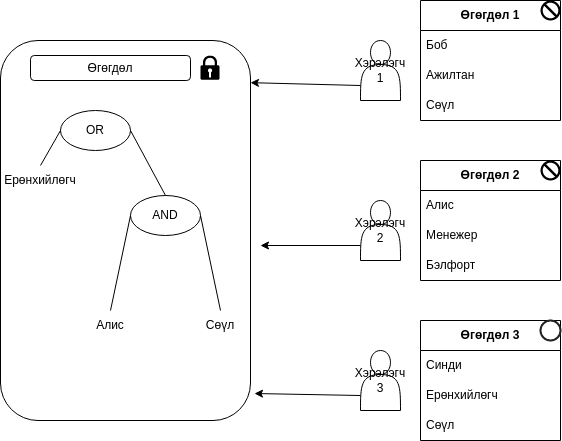
This is Figures/cp-abe.drawio.png from myagmartseren/pre_report, a draw.io export, as it was before one commit. Source tidied: cells renumbered, new cells last; positions are measured from the earlier drawing's top-left corner, leaving out a move shared by most shapes. Source of this version:
```xml
<mxGraphModel>
  <root>
    <mxCell id="0" />
    <mxCell id="1" parent="0" />
    <mxCell id="2" value="&lt;b&gt;Өгөгдөл 1&lt;/b&gt;" style="swimlane;fontStyle=0;horizontal=1;startSize=30;whiteSpace=wrap;html=1;" parent="1" vertex="1">
      <mxGeometry x="420" width="140" height="120" as="geometry" />
    </mxCell>
    <mxCell id="3" value="Боб" style="text;strokeColor=none;fillColor=none;align=left;verticalAlign=middle;spacingLeft=4;spacingRight=4;overflow=hidden;whiteSpace=wrap;html=1;" parent="2" vertex="1">
      <mxGeometry y="30" width="140" height="30" as="geometry" />
    </mxCell>
    <mxCell id="4" value="Ажилтан" style="text;strokeColor=none;fillColor=none;align=left;verticalAlign=middle;spacingLeft=4;spacingRight=4;overflow=hidden;whiteSpace=wrap;html=1;" parent="2" vertex="1">
      <mxGeometry y="60" width="140" height="30" as="geometry" />
    </mxCell>
    <mxCell id="5" value="Сөүл" style="text;strokeColor=none;fillColor=none;align=left;verticalAlign=middle;spacingLeft=4;spacingRight=4;overflow=hidden;whiteSpace=wrap;html=1;" parent="2" vertex="1">
      <mxGeometry y="90" width="140" height="30" as="geometry" />
    </mxCell>
    <mxCell id="6" value="&lt;b&gt;Өгөгдөл 2&lt;/b&gt;" style="swimlane;fontStyle=0;horizontal=1;startSize=30;whiteSpace=wrap;html=1;" parent="1" vertex="1">
      <mxGeometry x="420" y="160" width="140" height="120" as="geometry" />
    </mxCell>
    <mxCell id="7" value="Алис" style="text;strokeColor=none;fillColor=none;align=left;verticalAlign=middle;spacingLeft=4;spacingRight=4;overflow=hidden;whiteSpace=wrap;html=1;" parent="6" vertex="1">
      <mxGeometry y="30" width="140" height="30" as="geometry" />
    </mxCell>
    <mxCell id="8" value="Менежер" style="text;strokeColor=none;fillColor=none;align=left;verticalAlign=middle;spacingLeft=4;spacingRight=4;overflow=hidden;whiteSpace=wrap;html=1;" parent="6" vertex="1">
      <mxGeometry y="60" width="140" height="30" as="geometry" />
    </mxCell>
    <mxCell id="9" value="Бэлфорт" style="text;strokeColor=none;fillColor=none;align=left;verticalAlign=middle;spacingLeft=4;spacingRight=4;overflow=hidden;whiteSpace=wrap;html=1;" parent="6" vertex="1">
      <mxGeometry y="90" width="140" height="30" as="geometry" />
    </mxCell>
    <mxCell id="10" value="&lt;b&gt;Өгөгдөл 3&lt;br&gt;&lt;/b&gt;" style="swimlane;fontStyle=0;horizontal=1;startSize=30;whiteSpace=wrap;html=1;" parent="1" vertex="1">
      <mxGeometry x="420" y="320" width="140" height="120" as="geometry" />
    </mxCell>
    <mxCell id="11" value="Синди" style="text;strokeColor=none;fillColor=none;align=left;verticalAlign=middle;spacingLeft=4;spacingRight=4;overflow=hidden;whiteSpace=wrap;html=1;" parent="10" vertex="1">
      <mxGeometry y="30" width="140" height="30" as="geometry" />
    </mxCell>
    <mxCell id="12" value="Ерөнхийлөгч" style="text;strokeColor=none;fillColor=none;align=left;verticalAlign=middle;spacingLeft=4;spacingRight=4;overflow=hidden;whiteSpace=wrap;html=1;" parent="10" vertex="1">
      <mxGeometry y="60" width="140" height="30" as="geometry" />
    </mxCell>
    <mxCell id="13" value="Сөүл" style="text;strokeColor=none;fillColor=none;align=left;verticalAlign=middle;spacingLeft=4;spacingRight=4;overflow=hidden;whiteSpace=wrap;html=1;" parent="10" vertex="1">
      <mxGeometry y="90" width="140" height="30" as="geometry" />
    </mxCell>
    <mxCell id="14" value="Хэрэлэгч 1" style="shape=actor;whiteSpace=wrap;html=1;" parent="1" vertex="1">
      <mxGeometry x="360" y="40" width="40" height="60" as="geometry" />
    </mxCell>
    <mxCell id="15" value="Хэрэлэгч 2" style="shape=actor;whiteSpace=wrap;html=1;" parent="1" vertex="1">
      <mxGeometry x="360" y="200" width="40" height="60" as="geometry" />
    </mxCell>
    <mxCell id="16" value="Хэрэлэгч 3" style="shape=actor;whiteSpace=wrap;html=1;" parent="1" vertex="1">
      <mxGeometry x="360" y="350" width="40" height="60" as="geometry" />
    </mxCell>
    <mxCell id="17" style="rounded=1;whiteSpace=wrap;html=1;" parent="1" vertex="1">
      <mxGeometry y="40" width="250" height="380" as="geometry" />
    </mxCell>
    <mxCell id="18" value="OR" style="ellipse;whiteSpace=wrap;html=1;" parent="1" vertex="1">
      <mxGeometry x="60" y="110" width="70" height="40" as="geometry" />
    </mxCell>
    <mxCell id="19" value="AND" style="ellipse;whiteSpace=wrap;html=1;" parent="1" vertex="1">
      <mxGeometry x="130" y="195" width="70" height="40" as="geometry" />
    </mxCell>
    <mxCell id="20" value="Ерөнхийлөгч" style="text;strokeColor=none;align=center;fillColor=none;html=1;verticalAlign=middle;whiteSpace=wrap;rounded=0;" parent="1" vertex="1">
      <mxGeometry x="10" y="165" width="60" height="30" as="geometry" />
    </mxCell>
    <mxCell id="21" style="endArrow=none;html=1;rounded=0;entryX=0;entryY=0.5;entryDx=0;entryDy=0;exitX=0.5;exitY=0;exitDx=0;exitDy=0;" parent="1" edge="1" source="20" target="18">
      <mxGeometry relative="1" as="geometry" />
    </mxCell>
    <mxCell id="22" value="Алис" style="text;strokeColor=none;align=center;fillColor=none;html=1;verticalAlign=middle;whiteSpace=wrap;rounded=0;" parent="1" vertex="1">
      <mxGeometry x="80" y="310" width="60" height="30" as="geometry" />
    </mxCell>
    <mxCell id="23" value="Сөүл" style="text;strokeColor=none;align=center;fillColor=none;html=1;verticalAlign=middle;whiteSpace=wrap;rounded=0;" parent="1" vertex="1">
      <mxGeometry x="190" y="310" width="60" height="30" as="geometry" />
    </mxCell>
    <mxCell id="24" style="endArrow=none;html=1;rounded=0;entryX=0;entryY=0.5;entryDx=0;entryDy=0;exitX=0.5;exitY=0;exitDx=0;exitDy=0;" parent="1" edge="1" source="22" target="19">
      <mxGeometry relative="1" as="geometry" />
    </mxCell>
    <mxCell id="25" style="endArrow=none;html=1;rounded=0;entryX=1;entryY=0.5;entryDx=0;entryDy=0;exitX=0.5;exitY=0;exitDx=0;exitDy=0;" parent="1" edge="1" source="23" target="19">
      <mxGeometry relative="1" as="geometry" />
    </mxCell>
    <mxCell id="26" style="endArrow=classic;html=1;rounded=0;exitX=0;exitY=0.75;exitDx=0;exitDy=0;entryX=1;entryY=0.111;entryDx=0;entryDy=0;entryPerimeter=0;" parent="1" edge="1" source="14" target="17">
      <mxGeometry relative="1" as="geometry" />
    </mxCell>
    <mxCell id="27" style="endArrow=classic;html=1;rounded=0;exitX=0;exitY=0.75;exitDx=0;exitDy=0;" parent="1" edge="1" source="15">
      <mxGeometry relative="1" as="geometry">
        <mxPoint x="260" y="245" as="targetPoint" />
      </mxGeometry>
    </mxCell>
    <mxCell id="28" style="endArrow=classic;html=1;rounded=0;exitX=0;exitY=0.75;exitDx=0;exitDy=0;entryX=1.016;entryY=0.929;entryDx=0;entryDy=0;entryPerimeter=0;" parent="1" edge="1" source="16" target="17">
      <mxGeometry relative="1" as="geometry" />
    </mxCell>
    <mxCell id="29" style="endArrow=none;html=1;rounded=0;exitX=0.5;exitY=0;exitDx=0;exitDy=0;entryX=1;entryY=0.5;entryDx=0;entryDy=0;" parent="1" edge="1" source="19" target="18">
      <mxGeometry relative="1" as="geometry" />
    </mxCell>
    <mxCell id="30" value="Өгөгдөл" style="rounded=1;whiteSpace=wrap;html=1;" parent="1" vertex="1">
      <mxGeometry x="30" y="55" width="160" height="25" as="geometry" />
    </mxCell>
    <mxCell id="31" style="sketch=0;shadow=0;dashed=0;html=1;strokeColor=none;labelPosition=center;verticalLabelPosition=bottom;verticalAlign=top;align=center;fillColor=#000000;shape=mxgraph.mscae.enterprise.lock;" parent="1" vertex="1">
      <mxGeometry x="200" y="55" width="19" height="24.4" as="geometry" />
    </mxCell>
    <mxCell id="32" style="shape=mxgraph.signs.safety.no;html=1;fillColor=#000000;strokeColor=none;verticalLabelPosition=bottom;verticalAlign=top;align=center;" parent="1" vertex="1">
      <mxGeometry x="540" width="20" height="20" as="geometry" />
    </mxCell>
    <mxCell id="33" style="shape=mxgraph.signs.safety.no;html=1;fillColor=#000000;strokeColor=none;verticalLabelPosition=bottom;verticalAlign=top;align=center;" parent="1" vertex="1">
      <mxGeometry x="540" y="160" width="20" height="20" as="geometry" />
    </mxCell>
    <mxCell id="34" style="html=1;verticalLabelPosition=bottom;labelBackgroundColor=#ffffff;verticalAlign=top;shadow=0;dashed=0;strokeWidth=2;shape=mxgraph.ios7.misc.circle;strokeColor=#222222;fillColor=none;" parent="1" vertex="1">
      <mxGeometry x="540" y="320" width="20" height="20" as="geometry" />
    </mxCell>
  </root>
</mxGraphModel>
```
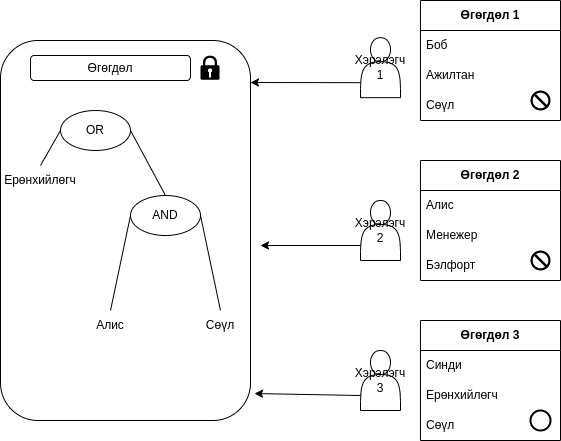
The same file after the commit.

What changed in the source:
```diff
@@ -39,7 +39,7 @@
       <mxGeometry y="90" width="140" height="30" as="geometry" />
     </mxCell>
     <mxCell id="14" value="Хэрэлэгч 1" style="shape=actor;whiteSpace=wrap;html=1;" parent="1" vertex="1">
-      <mxGeometry x="360" y="40" width="40" height="60" as="geometry" />
+      <mxGeometry x="360" y="37.2" width="40" height="60" as="geometry" />
     </mxCell>
     <mxCell id="15" value="Хэрэлэгч 2" style="shape=actor;whiteSpace=wrap;html=1;" parent="1" vertex="1">
       <mxGeometry x="360" y="200" width="40" height="60" as="geometry" />
@@ -74,8 +74,10 @@
     <mxCell id="25" style="endArrow=none;html=1;rounded=0;entryX=1;entryY=0.5;entryDx=0;entryDy=0;exitX=0.5;exitY=0;exitDx=0;exitDy=0;" parent="1" edge="1" source="23" target="19">
       <mxGeometry relative="1" as="geometry" />
     </mxCell>
-    <mxCell id="26" style="endArrow=classic;html=1;rounded=0;exitX=0;exitY=0.75;exitDx=0;exitDy=0;entryX=1;entryY=0.111;entryDx=0;entryDy=0;entryPerimeter=0;" parent="1" edge="1" source="14" target="17">
-      <mxGeometry relative="1" as="geometry" />
+    <mxCell id="26" style="endArrow=classic;html=1;rounded=0;exitX=0;exitY=0.75;exitDx=0;exitDy=0;" parent="1" edge="1" source="14">
+      <mxGeometry relative="1" as="geometry">
+        <mxPoint x="250" y="82" as="targetPoint" />
+      </mxGeometry>
     </mxCell>
     <mxCell id="27" style="endArrow=classic;html=1;rounded=0;exitX=0;exitY=0.75;exitDx=0;exitDy=0;" parent="1" edge="1" source="15">
       <mxGeometry relative="1" as="geometry">
@@ -95,13 +97,13 @@
       <mxGeometry x="200" y="55" width="19" height="24.4" as="geometry" />
     </mxCell>
     <mxCell id="32" style="shape=mxgraph.signs.safety.no;html=1;fillColor=#000000;strokeColor=none;verticalLabelPosition=bottom;verticalAlign=top;align=center;" parent="1" vertex="1">
-      <mxGeometry x="540" width="20" height="20" as="geometry" />
+      <mxGeometry x="530" y="90" width="20" height="20" as="geometry" />
     </mxCell>
     <mxCell id="33" style="shape=mxgraph.signs.safety.no;html=1;fillColor=#000000;strokeColor=none;verticalLabelPosition=bottom;verticalAlign=top;align=center;" parent="1" vertex="1">
-      <mxGeometry x="540" y="160" width="20" height="20" as="geometry" />
+      <mxGeometry x="530" y="250" width="20" height="20" as="geometry" />
     </mxCell>
-    <mxCell id="34" style="html=1;verticalLabelPosition=bottom;labelBackgroundColor=#ffffff;verticalAlign=top;shadow=0;dashed=0;strokeWidth=2;shape=mxgraph.ios7.misc.circle;strokeColor=#222222;fillColor=none;" parent="1" vertex="1">
-      <mxGeometry x="540" y="320" width="20" height="20" as="geometry" />
+    <mxCell id="34" style="html=1;verticalLabelPosition=bottom;labelBackgroundColor=#ffffff;verticalAlign=top;shadow=0;dashed=0;strokeWidth=2;shape=mxgraph.ios7.misc.circle;" parent="1" vertex="1">
+      <mxGeometry x="530" y="410" width="20" height="20" as="geometry" />
     </mxCell>
   </root>
 </mxGraphModel>
```
